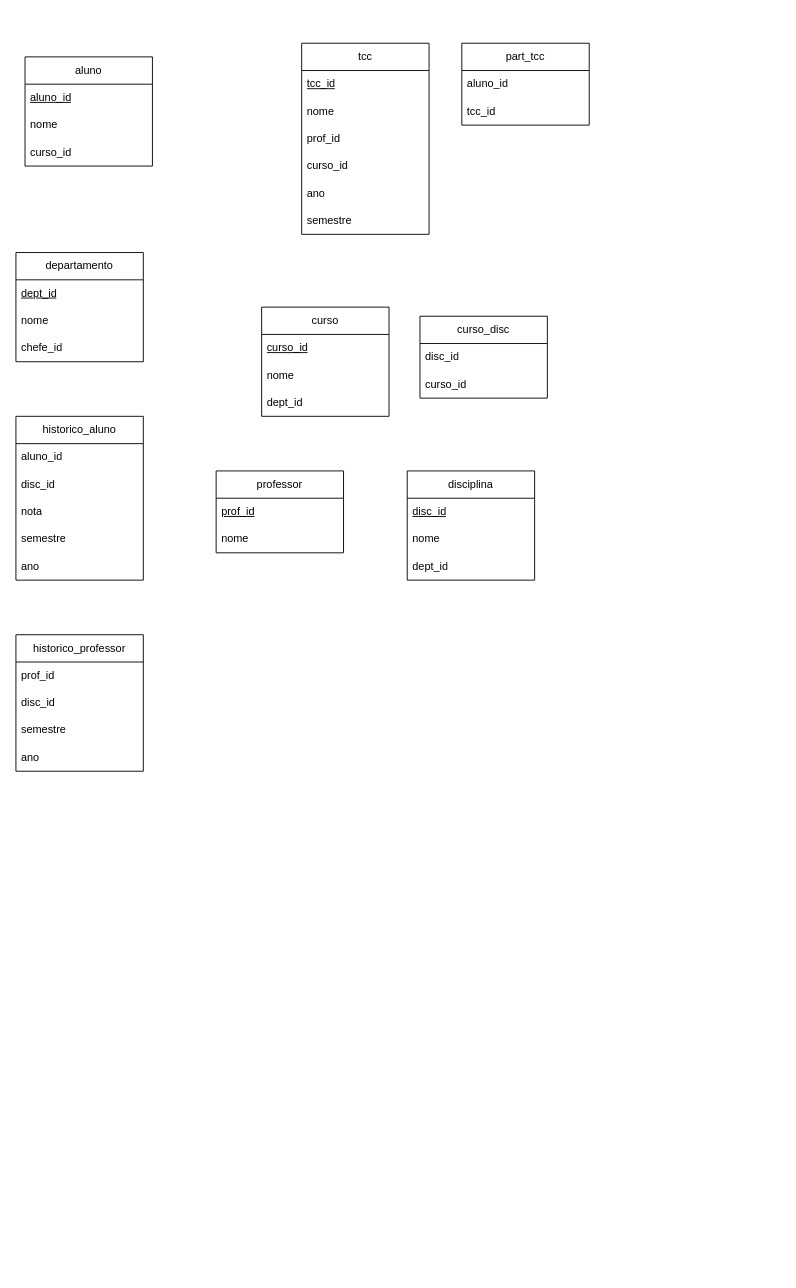
Earlier version of the draw.io diagram RelacaoProj.drawio (zKatakan/Projeto-Banco-de-Dados). Source tidied: cells renumbered, new cells numbered last; positions are measured from the earlier drawing's top-left corner, leaving out a move shared by most shapes. Both pictures are drawn from the tidied source at 91%, with x=0, y=0 at pixel (15, 43).
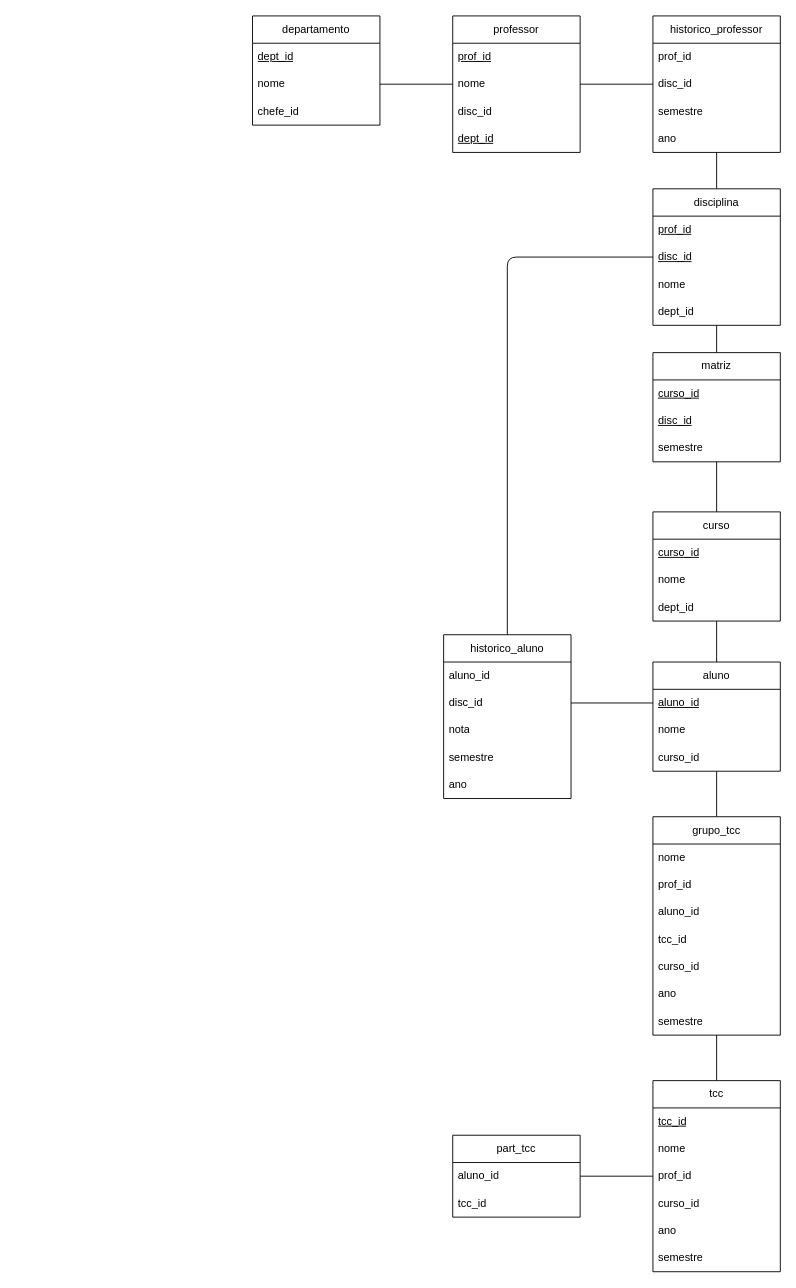
After the change.

Commit message:
Diagrama da Relação do Projeto

Organizado na ordem certa do banco de dados, adicionando o que faltava no diagrama.

Unchanged cells that the change refers to:
```xml
<mxCell id="5" value="prof_id" style="text;strokeColor=none;fillColor=none;align=left;verticalAlign=middle;spacingLeft=4;spacingRight=4;overflow=hidden;points=[[0,0.5],[1,0.5]];portConstraint=eastwest;whiteSpace=wrap;html=1;" parent="2" vertex="1">
  <mxGeometry y="90" width="140" height="30" as="geometry" />
</mxCell>
<mxCell id="10" value="aluno_id" style="text;strokeColor=none;fillColor=none;align=left;verticalAlign=middle;spacingLeft=4;spacingRight=4;overflow=hidden;points=[[0,0.5],[1,0.5]];portConstraint=eastwest;whiteSpace=wrap;html=1;" parent="9" vertex="1">
  <mxGeometry y="30" width="140" height="30" as="geometry" />
</mxCell>
<mxCell id="20" value="&lt;u&gt;aluno_id&lt;/u&gt;" style="text;strokeColor=none;fillColor=none;align=left;verticalAlign=middle;spacingLeft=4;spacingRight=4;overflow=hidden;points=[[0,0.5],[1,0.5]];portConstraint=eastwest;whiteSpace=wrap;html=1;" parent="19" vertex="1">
  <mxGeometry y="30" width="140" height="30" as="geometry" />
</mxCell>
<mxCell id="25" value="nome" style="text;strokeColor=none;fillColor=none;align=left;verticalAlign=middle;spacingLeft=4;spacingRight=4;overflow=hidden;points=[[0,0.5],[1,0.5]];portConstraint=eastwest;whiteSpace=wrap;html=1;" parent="23" vertex="1">
  <mxGeometry y="60" width="140" height="30" as="geometry" />
</mxCell>
<mxCell id="29" value="disc_id" style="text;strokeColor=none;fillColor=none;align=left;verticalAlign=middle;spacingLeft=4;spacingRight=4;overflow=hidden;points=[[0,0.5],[1,0.5]];portConstraint=eastwest;whiteSpace=wrap;html=1;" parent="27" vertex="1">
  <mxGeometry y="60" width="140" height="30" as="geometry" />
</mxCell>
<mxCell id="35" value="disc_id" style="text;strokeColor=none;fillColor=none;align=left;verticalAlign=middle;spacingLeft=4;spacingRight=4;overflow=hidden;points=[[0,0.5],[1,0.5]];portConstraint=eastwest;whiteSpace=wrap;html=1;" parent="33" vertex="1">
  <mxGeometry y="60" width="140" height="30" as="geometry" />
</mxCell>
<mxCell id="40" value="nome" style="text;strokeColor=none;fillColor=none;align=left;verticalAlign=middle;spacingLeft=4;spacingRight=4;overflow=hidden;points=[[0,0.5],[1,0.5]];portConstraint=eastwest;whiteSpace=wrap;html=1;" parent="38" vertex="1">
  <mxGeometry y="60" width="140" height="30" as="geometry" />
</mxCell>
```

What changed in the source:
```diff
@@
     <mxCell id="2" value="tcc" style="swimlane;fontStyle=0;horizontal=1;startSize=30;whiteSpace=wrap;html=1;" parent="1" vertex="1">
-      <mxGeometry x="314" width="140" height="210" as="geometry" />
+      <mxGeometry x="700" y="1140" width="140" height="210" as="geometry" />
     </mxCell>
@@
     <mxCell id="9" value="part_tcc" style="swimlane;fontStyle=0;horizontal=1;startSize=30;whiteSpace=wrap;html=1;" parent="1" vertex="1">
-      <mxGeometry x="490" width="140" height="90" as="geometry" />
+      <mxGeometry x="480" y="1200" width="140" height="90" as="geometry" />
     </mxCell>
@@
+    <mxCell id="45" style="edgeStyle=none;html=1;exitX=0.5;exitY=1;exitDx=0;exitDy=0;entryX=0.5;entryY=0;entryDx=0;entryDy=0;endArrow=none;endFill=0;" parent="1" edge="1" source="12" target="19">
+      <mxGeometry relative="1" as="geometry" />
+    </mxCell>
     <mxCell id="12" value="curso" style="swimlane;fontStyle=0;horizontal=1;startSize=30;whiteSpace=wrap;html=1;" parent="1" vertex="1">
-      <mxGeometry x="270" y="290" width="140" height="120" as="geometry" />
+      <mxGeometry x="700" y="515" width="140" height="120" as="geometry" />
     </mxCell>
@@
-    <mxCell id="16" value="curso_disc" style="swimlane;fontStyle=0;horizontal=1;startSize=30;whiteSpace=wrap;html=1;" parent="1" vertex="1">
-      <mxGeometry x="444" y="300" width="140" height="90" as="geometry" />
-    </mxCell>
-    <mxCell id="17" value="disc_id" style="text;strokeColor=none;fillColor=none;align=left;verticalAlign=middle;spacingLeft=4;spacingRight=4;overflow=hidden;whiteSpace=wrap;html=1;" parent="16" vertex="1">
-      <mxGeometry y="30" width="140" height="30" as="geometry" />
-    </mxCell>
-    <mxCell id="18" value="curso_id" style="text;strokeColor=none;fillColor=none;align=left;verticalAlign=middle;spacingLeft=4;spacingRight=4;overflow=hidden;whiteSpace=wrap;html=1;" parent="16" vertex="1">
-      <mxGeometry y="60" width="140" height="30" as="geometry" />
-    </mxCell>
+    <mxCell id="46" style="edgeStyle=none;html=1;endArrow=none;endFill=0;" parent="1" edge="1" source="19" target="59">
+      <mxGeometry relative="1" as="geometry" />
+    </mxCell>
     <mxCell id="19" value="aluno" style="swimlane;fontStyle=0;horizontal=1;startSize=30;whiteSpace=wrap;html=1;" parent="1" vertex="1">
-      <mxGeometry x="10" y="15" width="140" height="120" as="geometry" />
+      <mxGeometry x="700" y="680" width="140" height="120" as="geometry" />
     </mxCell>
@@
     <mxCell id="23" value="departamento" style="swimlane;fontStyle=0;horizontal=1;startSize=30;whiteSpace=wrap;html=1;" parent="1" vertex="1">
-      <mxGeometry y="230" width="140" height="120" as="geometry" />
+      <mxGeometry x="260" y="-30" width="140" height="120" as="geometry" />
     </mxCell>
@@
     <mxCell id="27" value="historico_aluno" style="swimlane;fontStyle=0;horizontal=1;startSize=30;whiteSpace=wrap;html=1;" parent="1" vertex="1">
-      <mxGeometry y="410" width="140" height="180" as="geometry" />
+      <mxGeometry x="470" y="650" width="140" height="180" as="geometry" />
     </mxCell>
@@
+    <mxCell id="47" style="edgeStyle=none;html=1;entryX=0.5;entryY=0;entryDx=0;entryDy=0;endArrow=none;endFill=0;" parent="1" edge="1" source="33" target="41">
+      <mxGeometry relative="1" as="geometry" />
+    </mxCell>
     <mxCell id="33" value="historico_professor" style="swimlane;fontStyle=0;horizontal=1;startSize=30;whiteSpace=wrap;html=1;" parent="1" vertex="1">
-      <mxGeometry y="650" width="140" height="150" as="geometry" />
+      <mxGeometry x="700" y="-30" width="140" height="150" as="geometry" />
     </mxCell>
@@
     <mxCell id="38" value="professor" style="swimlane;fontStyle=0;horizontal=1;startSize=30;whiteSpace=wrap;html=1;" parent="1" vertex="1">
-      <mxGeometry x="220" y="470" width="140" height="90" as="geometry" />
+      <mxGeometry x="480" y="-30" width="140" height="150" as="geometry" />
     </mxCell>
-    <mxCell id="39" value="&lt;u&gt;prof_id&lt;/u&gt;" style="text;strokeColor=none;fillColor=none;align=left;verticalAlign=middle;spacingLeft=4;spacingRight=4;overflow=hidden;whiteSpace=wrap;html=1;" parent="38" vertex="1">
+    <mxCell id="39" value="&lt;u&gt;prof_id&lt;br&gt;&lt;/u&gt;" style="text;strokeColor=none;fillColor=none;align=left;verticalAlign=middle;spacingLeft=4;spacingRight=4;overflow=hidden;whiteSpace=wrap;html=1;" parent="38" vertex="1">
       <mxGeometry y="30" width="140" height="30" as="geometry" />
     </mxCell>
@@
+    <mxCell id="17" value="disc_id" style="text;strokeColor=none;fillColor=none;align=left;verticalAlign=middle;spacingLeft=4;spacingRight=4;overflow=hidden;whiteSpace=wrap;html=1;" parent="38" vertex="1">
+      <mxGeometry y="90" width="140" height="30" as="geometry" />
+    </mxCell>
+    <mxCell id="48" value="&lt;u&gt;dept_id&lt;/u&gt;" style="text;strokeColor=none;fillColor=none;align=left;verticalAlign=middle;spacingLeft=4;spacingRight=4;overflow=hidden;whiteSpace=wrap;html=1;" parent="38" vertex="1">
+      <mxGeometry y="120" width="140" height="30" as="geometry" />
+    </mxCell>
+    <mxCell id="49" style="edgeStyle=none;html=1;entryX=0.5;entryY=0;entryDx=0;entryDy=0;endArrow=none;endFill=0;" parent="1" edge="1" source="41" target="54">
+      <mxGeometry relative="1" as="geometry" />
+    </mxCell>
     <mxCell id="41" value="disciplina" style="swimlane;fontStyle=0;horizontal=1;startSize=30;whiteSpace=wrap;html=1;" parent="1" vertex="1">
-      <mxGeometry x="430" y="470" width="140" height="120" as="geometry" />
+      <mxGeometry x="700" y="160" width="140" height="150" as="geometry" />
     </mxCell>
+    <mxCell id="50" value="&lt;u&gt;prof_id&lt;br&gt;&lt;/u&gt;" style="text;strokeColor=none;fillColor=none;align=left;verticalAlign=middle;spacingLeft=4;spacingRight=4;overflow=hidden;whiteSpace=wrap;html=1;" parent="41" vertex="1">
+      <mxGeometry y="30" width="140" height="30" as="geometry" />
+    </mxCell>
     <mxCell id="42" value="&lt;u&gt;disc_id&lt;/u&gt;" style="text;strokeColor=none;fillColor=none;align=left;verticalAlign=middle;spacingLeft=4;spacingRight=4;overflow=hidden;points=[[0,0.5],[1,0.5]];portConstraint=eastwest;whiteSpace=wrap;html=1;" parent="41" vertex="1">
-      <mxGeometry y="30" width="140" height="30" as="geometry" />
+      <mxGeometry y="60" width="140" height="30" as="geometry" />
     </mxCell>
     <mxCell id="43" value="nome" style="text;strokeColor=none;fillColor=none;align=left;verticalAlign=middle;spacingLeft=4;spacingRight=4;overflow=hidden;whiteSpace=wrap;html=1;" parent="41" vertex="1">
-      <mxGeometry y="60" width="140" height="30" as="geometry" />
+      <mxGeometry y="90" width="140" height="30" as="geometry" />
     </mxCell>
     <mxCell id="44" value="dept_id" style="text;strokeColor=none;fillColor=none;align=left;verticalAlign=middle;spacingLeft=4;spacingRight=4;overflow=hidden;whiteSpace=wrap;html=1;" parent="41" vertex="1">
-      <mxGeometry y="90" width="140" height="30" as="geometry" />
+      <mxGeometry y="120" width="140" height="30" as="geometry" />
     </mxCell>
+    <mxCell id="51" style="edgeStyle=none;html=1;exitX=1;exitY=0.5;exitDx=0;exitDy=0;entryX=0;entryY=0.5;entryDx=0;entryDy=0;endArrow=none;endFill=0;" parent="1" edge="1" source="25" target="40">
+      <mxGeometry relative="1" as="geometry" />
+    </mxCell>
+    <mxCell id="52" style="edgeStyle=none;html=1;exitX=1;exitY=0.5;exitDx=0;exitDy=0;entryX=0;entryY=0.5;entryDx=0;entryDy=0;endArrow=none;endFill=0;" parent="1" edge="1" source="40" target="35">
+      <mxGeometry relative="1" as="geometry" />
+    </mxCell>
+    <mxCell id="53" style="edgeStyle=none;html=1;entryX=0.5;entryY=0;entryDx=0;entryDy=0;endArrow=none;endFill=0;" parent="1" edge="1" source="54" target="12">
+      <mxGeometry relative="1" as="geometry" />
+    </mxCell>
+    <mxCell id="54" value="matriz" style="swimlane;fontStyle=0;horizontal=1;startSize=30;whiteSpace=wrap;html=1;" parent="1" vertex="1">
+      <mxGeometry x="700" y="340" width="140" height="120" as="geometry" />
+    </mxCell>
+    <mxCell id="55" value="&lt;u&gt;curso_id&lt;/u&gt;" style="text;strokeColor=none;fillColor=none;align=left;verticalAlign=middle;spacingLeft=4;spacingRight=4;overflow=hidden;whiteSpace=wrap;html=1;" parent="54" vertex="1">
+      <mxGeometry y="30" width="140" height="30" as="geometry" />
+    </mxCell>
+    <mxCell id="56" value="&lt;u&gt;disc_id&lt;/u&gt;" style="text;strokeColor=none;fillColor=none;align=left;verticalAlign=middle;spacingLeft=4;spacingRight=4;overflow=hidden;whiteSpace=wrap;html=1;" parent="54" vertex="1">
+      <mxGeometry y="60" width="140" height="30" as="geometry" />
+    </mxCell>
+    <mxCell id="57" value="semestre" style="text;strokeColor=none;fillColor=none;align=left;verticalAlign=middle;spacingLeft=4;spacingRight=4;overflow=hidden;whiteSpace=wrap;html=1;" parent="54" vertex="1">
+      <mxGeometry y="90" width="140" height="30" as="geometry" />
+    </mxCell>
+    <mxCell id="58" style="edgeStyle=none;html=1;entryX=0.5;entryY=0;entryDx=0;entryDy=0;endArrow=none;endFill=0;" parent="1" edge="1" source="59" target="2">
+      <mxGeometry relative="1" as="geometry" />
+    </mxCell>
+    <mxCell id="59" value="grupo_tcc" style="swimlane;fontStyle=0;horizontal=1;startSize=30;whiteSpace=wrap;html=1;" parent="1" vertex="1">
+      <mxGeometry x="700" y="850" width="140" height="240" as="geometry" />
+    </mxCell>
+    <mxCell id="60" value="nome" style="text;strokeColor=none;fillColor=none;align=left;verticalAlign=middle;spacingLeft=4;spacingRight=4;overflow=hidden;whiteSpace=wrap;html=1;" parent="59" vertex="1">
+      <mxGeometry y="30" width="140" height="30" as="geometry" />
+    </mxCell>
+    <mxCell id="61" value="prof_id" style="text;strokeColor=none;fillColor=none;align=left;verticalAlign=middle;spacingLeft=4;spacingRight=4;overflow=hidden;whiteSpace=wrap;html=1;" parent="59" vertex="1">
+      <mxGeometry y="60" width="140" height="30" as="geometry" />
+    </mxCell>
+    <mxCell id="62" value="aluno_id" style="text;strokeColor=none;fillColor=none;align=left;verticalAlign=middle;spacingLeft=4;spacingRight=4;overflow=hidden;whiteSpace=wrap;html=1;" parent="59" vertex="1">
+      <mxGeometry y="90" width="140" height="30" as="geometry" />
+    </mxCell>
+    <mxCell id="63" value="tcc_id" style="text;strokeColor=none;fillColor=none;align=left;verticalAlign=middle;spacingLeft=4;spacingRight=4;overflow=hidden;whiteSpace=wrap;html=1;" parent="59" vertex="1">
+      <mxGeometry y="120" width="140" height="30" as="geometry" />
+    </mxCell>
+    <mxCell id="18" value="curso_id" style="text;strokeColor=none;fillColor=none;align=left;verticalAlign=middle;spacingLeft=4;spacingRight=4;overflow=hidden;whiteSpace=wrap;html=1;" parent="59" vertex="1">
+      <mxGeometry y="150" width="140" height="30" as="geometry" />
+    </mxCell>
+    <mxCell id="64" value="ano" style="text;strokeColor=none;fillColor=none;align=left;verticalAlign=middle;spacingLeft=4;spacingRight=4;overflow=hidden;whiteSpace=wrap;html=1;" parent="59" vertex="1">
+      <mxGeometry y="180" width="140" height="30" as="geometry" />
+    </mxCell>
+    <mxCell id="65" value="semestre" style="text;strokeColor=none;fillColor=none;align=left;verticalAlign=middle;spacingLeft=4;spacingRight=4;overflow=hidden;whiteSpace=wrap;html=1;" parent="59" vertex="1">
+      <mxGeometry y="210" width="140" height="30" as="geometry" />
+    </mxCell>
+    <mxCell id="66" style="edgeStyle=none;html=1;entryX=1;entryY=0.5;entryDx=0;entryDy=0;endArrow=none;endFill=0;" parent="1" edge="1" source="5" target="10">
+      <mxGeometry relative="1" as="geometry" />
+    </mxCell>
+    <mxCell id="67" style="edgeStyle=none;html=1;exitX=1;exitY=0.5;exitDx=0;exitDy=0;entryX=0;entryY=0.5;entryDx=0;entryDy=0;endArrow=none;endFill=0;" parent="1" edge="1" source="29" target="20">
+      <mxGeometry relative="1" as="geometry" />
+    </mxCell>
+    <mxCell id="68" style="edgeStyle=none;html=1;exitX=0;exitY=0.5;exitDx=0;exitDy=0;entryX=0.5;entryY=0;entryDx=0;entryDy=0;endArrow=none;endFill=0;" parent="1" edge="1" source="42" target="27">
+      <mxGeometry relative="1" as="geometry">
+        <Array as="points">
+          <mxPoint x="540" y="235" />
+        </Array>
+      </mxGeometry>
+    </mxCell>
```
